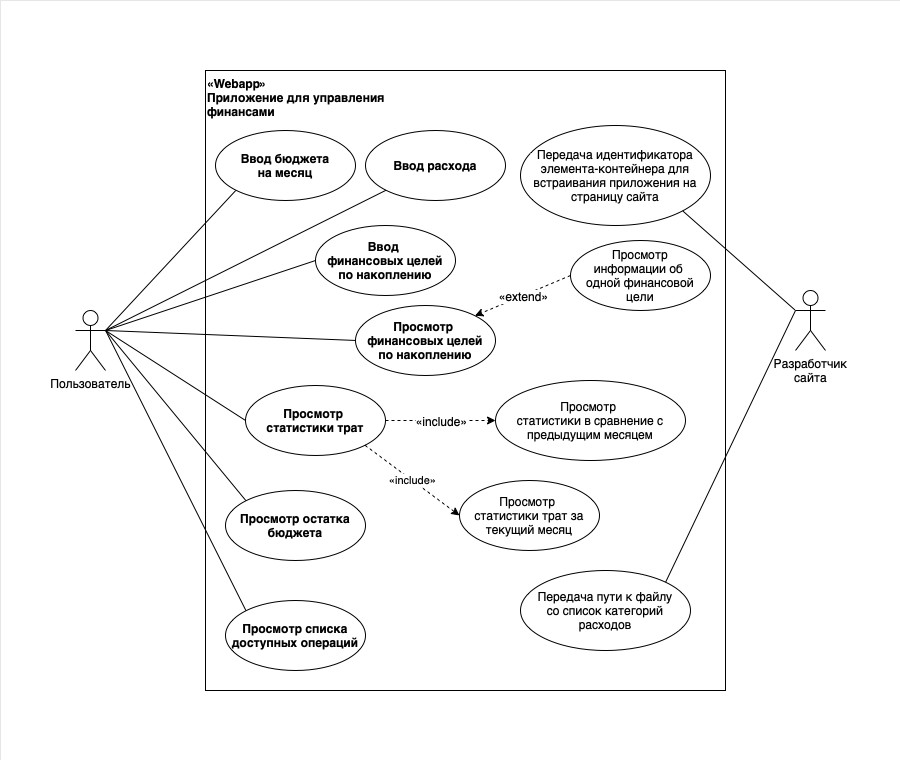
kolpakovee/hse-js keeps this draw.io diagram as KolpakovEgor.png. Above is the earlier version. Source tidied: cells renumbered, new cells last; positions are measured from the earlier drawing's top-left corner, leaving out a move shared by most shapes.
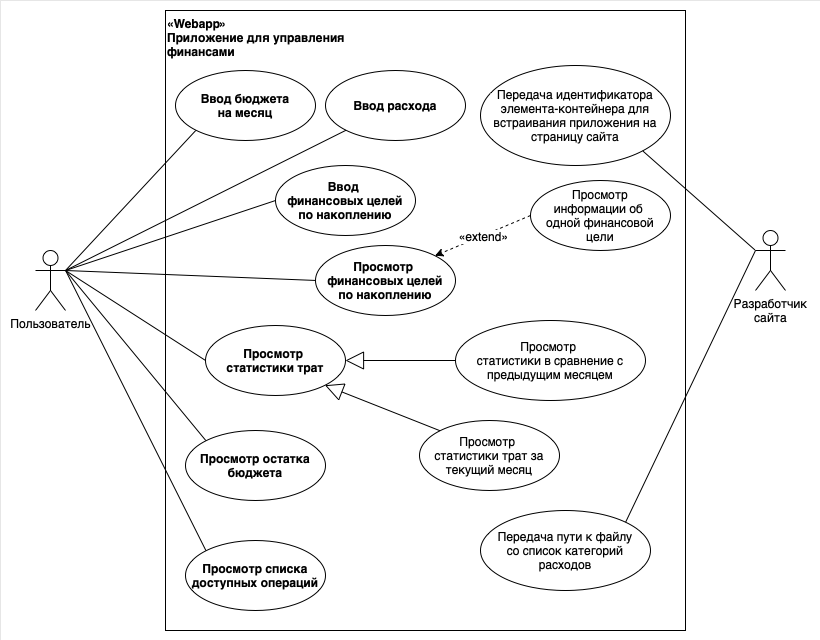
The same diagram one commit later.

Diff of the diagram source:
```diff
@@ -3,7 +3,7 @@
     <mxCell id="0" />
     <mxCell id="1" parent="0" />
     <mxCell id="2" style="rounded=0;whiteSpace=wrap;html=1;strokeWidth=0;" parent="1" vertex="1">
-      <mxGeometry width="900" height="760" as="geometry" />
+      <mxGeometry x="40" y="60" width="820" height="640" as="geometry" />
     </mxCell>
     <mxCell id="3" value="&lt;b&gt;«Webapp»&amp;nbsp;&lt;br&gt;Приложение для управления &lt;br&gt;финансами&lt;/b&gt;" style="html=1;whiteSpace=wrap;align=left;verticalAlign=top;" parent="1" vertex="1">
       <mxGeometry x="205" y="70" width="520" height="620" as="geometry" />
@@ -56,18 +56,6 @@
     <mxCell id="19" style="endArrow=none;html=1;rounded=0;entryX=0;entryY=0;entryDx=0;entryDy=0;exitX=1;exitY=0.3333333333333333;exitDx=0;exitDy=0;exitPerimeter=0;" parent="1" edge="1" source="4" target="18">
       <mxGeometry relative="1" as="geometry" />
     </mxCell>
-    <mxCell id="20" style="endArrow=classic;html=1;rounded=0;exitX=1;exitY=0.5;exitDx=0;exitDy=0;entryX=0;entryY=0.5;entryDx=0;entryDy=0;dashed=1;" parent="1" edge="1" source="9" target="14">
-      <mxGeometry relative="1" as="geometry" />
-    </mxCell>
-    <mxCell id="21" value="&lt;span style=&quot;border-color: var(--border-color); font-size: 12px; text-align: left;&quot;&gt;«include»&lt;/span&gt;" style="edgeLabel;html=1;align=center;verticalAlign=middle;" parent="20" vertex="1">
-      <mxGeometry relative="1" as="geometry" />
-    </mxCell>
-    <mxCell id="22" style="endArrow=classic;html=1;rounded=0;exitX=1;exitY=1;exitDx=0;exitDy=0;entryX=0;entryY=0.5;entryDx=0;entryDy=0;dashed=1;" parent="1" edge="1" source="9" target="15">
-      <mxGeometry relative="1" as="geometry" />
-    </mxCell>
-    <mxCell id="23" value="«include»" style="edgeLabel;html=1;align=center;verticalAlign=middle;" parent="22" vertex="1">
-      <mxGeometry relative="1" as="geometry" />
-    </mxCell>
     <mxCell id="24" value="&lt;b&gt;Просмотр&amp;nbsp;&lt;br&gt;финансовых целей &lt;br&gt;по накоплению&lt;/b&gt;" style="ellipse;whiteSpace=wrap;html=1;" parent="1" vertex="1">
       <mxGeometry x="355" y="305" width="140" height="70" as="geometry" />
     </mxCell>
@@ -95,5 +83,11 @@
     <mxCell id="32" style="endArrow=none;html=1;rounded=0;exitX=1;exitY=0;exitDx=0;exitDy=0;entryX=0;entryY=0.3333333333333333;entryDx=0;entryDy=0;entryPerimeter=0;" parent="1" edge="1" source="31" target="5">
       <mxGeometry relative="1" as="geometry" />
     </mxCell>
+    <mxCell id="33" style="endArrow=block;html=1;rounded=0;exitX=0;exitY=0;exitDx=0;exitDy=0;entryX=1;entryY=1;entryDx=0;entryDy=0;endFill=0;startSize=6;endSize=16;" parent="1" edge="1" source="15" target="9">
+      <mxGeometry relative="1" as="geometry" />
+    </mxCell>
+    <mxCell id="34" style="endArrow=block;html=1;rounded=0;exitX=0;exitY=0.5;exitDx=0;exitDy=0;entryX=1;entryY=0.5;entryDx=0;entryDy=0;endFill=0;endSize=16;" parent="1" edge="1" source="14" target="9">
+      <mxGeometry relative="1" as="geometry" />
+    </mxCell>
   </root>
 </mxGraphModel>
```
